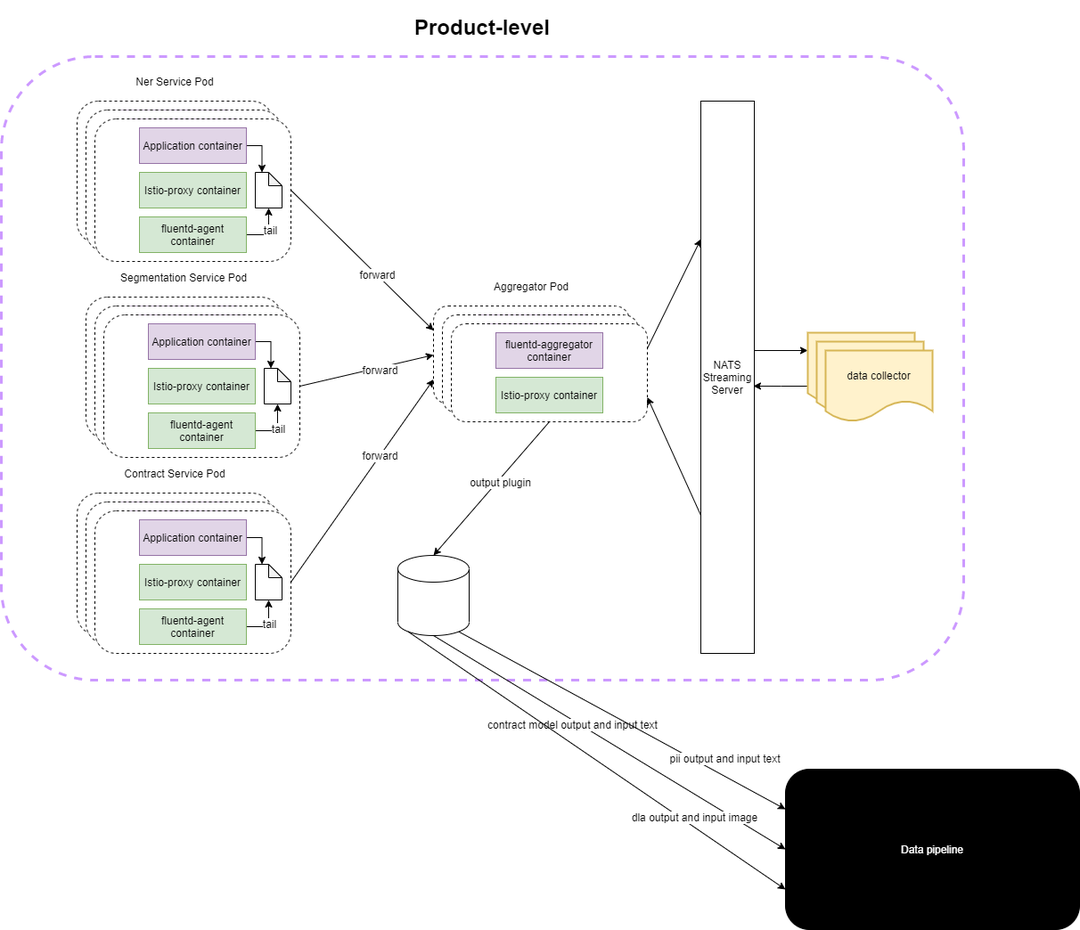
The draw.io diagram fluentd/docs/model-fluentd-collector.png in sean830314/model-data-collector, before a commit. Source tidied: cells renumbered, new cells last; positions are measured from the earlier drawing's top-left corner, leaving out a move shared by most shapes.
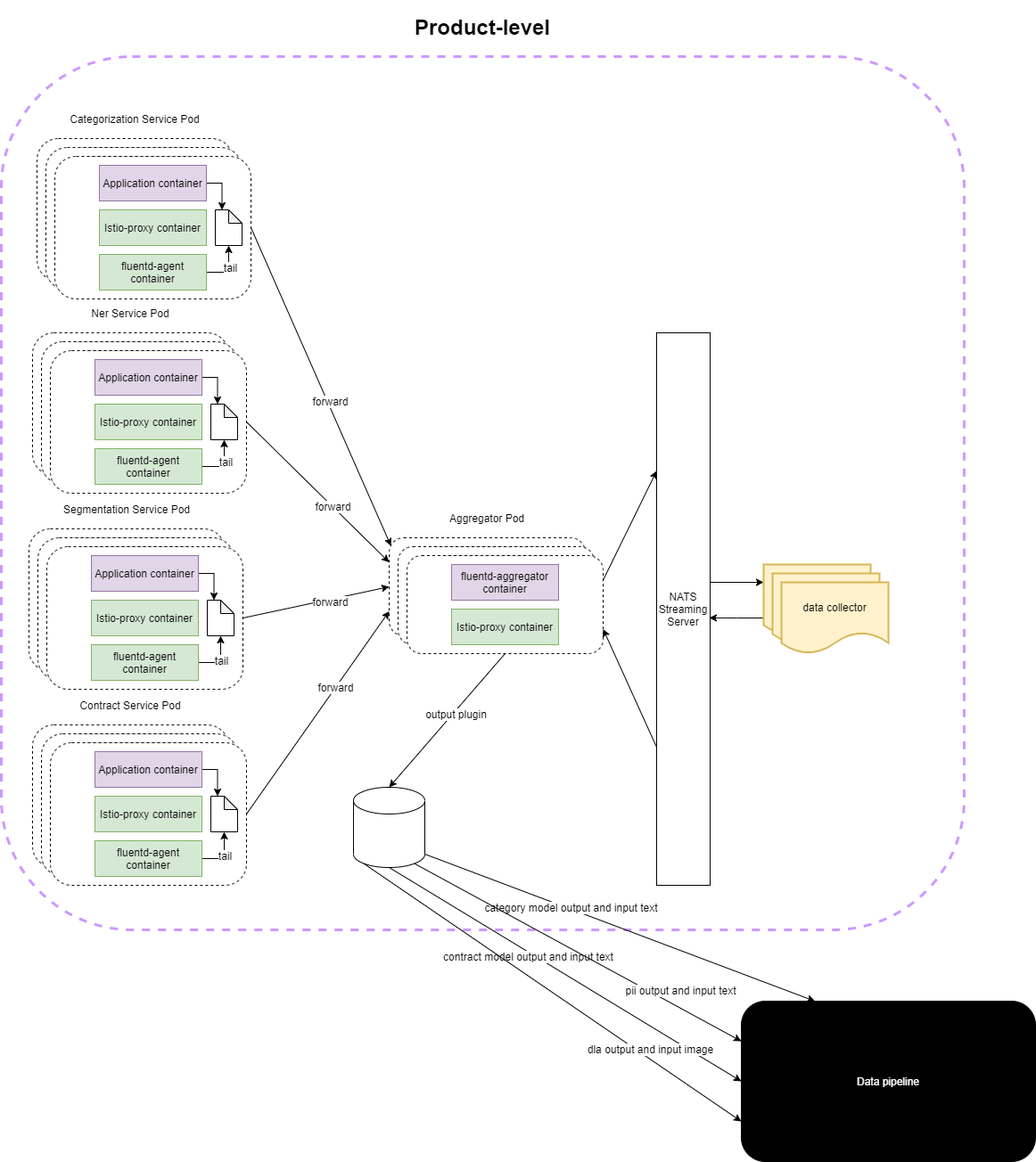
The same file after the commit.

Change to the diagram source:
```diff
@@ -4,13 +4,16 @@
     <mxCell id="1" parent="0" />
-    <mxCell id="2" style="group;" parent="1" vertex="1">
-      <mxGeometry width="1080" height="700" as="geometry" />
-    </mxCell>
+    <mxCell id="109" style="group;" parent="1" vertex="1">
+      <mxGeometry x="50" y="-260" width="1160" height="1240" as="geometry" />
+    </mxCell>
+    <mxCell id="108" value="&lt;font color=&quot;#ffffff&quot;&gt;Data pipeline&lt;/font&gt;" style="rounded=1;whiteSpace=wrap;html=1;fillColor=#000000;" parent="109" vertex="1">
+      <mxGeometry x="830" y="1060" width="330" height="180" as="geometry" />
+    </mxCell>
+    <mxCell id="110" style="group;" parent="109" vertex="1">
+      <mxGeometry width="1080" height="980" as="geometry" />
+    </mxCell>
-    <mxCell id="3" value="&lt;h1&gt;Product-level&lt;/h1&gt;" style="rounded=1;whiteSpace=wrap;html=1;dashed=1;strokeWidth=3;strokeColor=#CC99FF;labelPosition=center;verticalLabelPosition=top;align=center;verticalAlign=bottom;" parent="2" vertex="1">
-      <mxGeometry width="1080" height="700" as="geometry" />
+    <mxCell id="3" value="&lt;h1&gt;Product-level&lt;/h1&gt;" style="rounded=1;whiteSpace=wrap;html=1;dashed=1;strokeWidth=3;strokeColor=#CC99FF;labelPosition=center;verticalLabelPosition=top;align=center;verticalAlign=bottom;" parent="110" vertex="1">
+      <mxGeometry width="1080" height="980" as="geometry" />
     </mxCell>
-    <mxCell id="4" style="group;" parent="2" vertex="1">
-      <mxGeometry x="85" y="50" width="960" height="620" as="geometry" />
-    </mxCell>
-    <mxCell id="5" style="group;" parent="4" vertex="1">
-      <mxGeometry x="400" y="230" width="240" height="130" as="geometry" />
+    <mxCell id="5" style="group;" parent="110" vertex="1">
+      <mxGeometry x="435" y="540" width="240" height="130" as="geometry" />
     </mxCell>
@@ -61,4 +64,4 @@
     </mxCell>
-    <mxCell id="21" style="group;" parent="4" vertex="1">
-      <mxGeometry x="700" width="260" height="620" as="geometry" />
+    <mxCell id="21" style="group;" parent="110" vertex="1">
+      <mxGeometry x="735" y="310" width="260" height="620" as="geometry" />
     </mxCell>
@@ -87,7 +90,7 @@
     </mxCell>
-    <mxCell id="29" style="shape=cylinder3;whiteSpace=wrap;html=1;boundedLbl=1;backgroundOutline=1;size=15;" parent="4" vertex="1">
-      <mxGeometry x="360" y="510" width="80" height="90" as="geometry" />
+    <mxCell id="29" style="shape=cylinder3;whiteSpace=wrap;html=1;boundedLbl=1;backgroundOutline=1;size=15;" parent="110" vertex="1">
+      <mxGeometry x="395" y="820" width="80" height="90" as="geometry" />
     </mxCell>
-    <mxCell id="30" style="edgeStyle=none;rounded=0;jettySize=auto;html=1;exitX=0.5;exitY=1;exitDx=0;exitDy=0;entryX=0.5;entryY=0;entryDx=0;entryDy=0;entryPerimeter=0;" parent="4" edge="1" source="17" target="29">
-      <mxGeometry relative="1" as="geometry" />
+    <mxCell id="30" style="edgeStyle=none;rounded=0;jettySize=auto;html=1;exitX=0.5;exitY=1;exitDx=0;exitDy=0;entryX=0.5;entryY=0;entryDx=0;entryDy=0;entryPerimeter=0;" parent="110" edge="1" source="17" target="29">
+      <mxGeometry x="35" y="310" as="geometry" />
     </mxCell>
@@ -96,4 +99,4 @@
     </mxCell>
-    <mxCell id="32" style="group;" parent="4" vertex="1">
-      <mxGeometry width="260" height="620" as="geometry" />
+    <mxCell id="32" style="group;" parent="110" vertex="1">
+      <mxGeometry x="35" y="310" width="260" height="620" as="geometry" />
     </mxCell>
@@ -163,3 +166,3 @@
     <mxCell id="54" style="group;" parent="33" vertex="1">
-      <mxGeometry x="10" y="220" width="240" height="180" as="geometry" />
+      <mxGeometry x="-4" y="220" width="240" height="180" as="geometry" />
     </mxCell>
@@ -282,4 +285,4 @@
     </mxCell>
-    <mxCell id="94" style="edgeStyle=none;rounded=0;jettySize=auto;html=1;exitX=1;exitY=0.5;exitDx=0;exitDy=0;entryX=0;entryY=0.75;entryDx=0;entryDy=0;" parent="4" edge="1" source="46" target="7">
-      <mxGeometry relative="1" as="geometry" />
+    <mxCell id="94" style="edgeStyle=none;rounded=0;jettySize=auto;html=1;exitX=1;exitY=0.5;exitDx=0;exitDy=0;entryX=0;entryY=0.75;entryDx=0;entryDy=0;" parent="110" edge="1" source="46" target="7">
+      <mxGeometry x="35" y="310" as="geometry" />
     </mxCell>
@@ -288,4 +291,4 @@
     </mxCell>
-    <mxCell id="96" style="edgeStyle=none;rounded=0;jettySize=auto;html=1;exitX=1;exitY=0.5;exitDx=0;exitDy=0;entryX=0;entryY=0.5;entryDx=0;entryDy=0;" parent="4" edge="1" source="66" target="7">
-      <mxGeometry relative="1" as="geometry" />
+    <mxCell id="96" style="edgeStyle=none;rounded=0;jettySize=auto;html=1;exitX=1;exitY=0.5;exitDx=0;exitDy=0;entryX=0;entryY=0.5;entryDx=0;entryDy=0;" parent="110" edge="1" source="66" target="7">
+      <mxGeometry x="35" y="310" as="geometry" />
     </mxCell>
@@ -294,4 +297,4 @@
     </mxCell>
-    <mxCell id="98" style="rounded=0;jettySize=auto;html=1;exitX=1;exitY=0.5;exitDx=0;exitDy=0;entryX=0;entryY=0.25;entryDx=0;entryDy=0;" parent="4" edge="1" source="86" target="7">
-      <mxGeometry relative="1" as="geometry" />
+    <mxCell id="98" style="rounded=0;jettySize=auto;html=1;exitX=1;exitY=0.5;exitDx=0;exitDy=0;entryX=0;entryY=0.25;entryDx=0;entryDy=0;" parent="110" edge="1" source="86" target="7">
+      <mxGeometry x="35" y="310" as="geometry" />
     </mxCell>
@@ -302,9 +305,81 @@
     </mxCell>
-    <mxCell id="100" style="rounded=0;jettySize=auto;html=1;exitX=1;exitY=0.25;exitDx=0;exitDy=0;entryX=0;entryY=0.25;entryDx=0;entryDy=0;" parent="4" edge="1" source="17" target="22">
-      <mxGeometry relative="1" as="geometry" />
+    <mxCell id="100" style="rounded=0;jettySize=auto;html=1;exitX=1;exitY=0.25;exitDx=0;exitDy=0;entryX=0;entryY=0.25;entryDx=0;entryDy=0;" parent="110" edge="1" source="17" target="22">
+      <mxGeometry x="35" y="310" as="geometry" />
     </mxCell>
-    <mxCell id="101" style="edgeStyle=none;rounded=0;jettySize=auto;html=1;exitX=0;exitY=0.75;exitDx=0;exitDy=0;entryX=1;entryY=0.75;entryDx=0;entryDy=0;" parent="4" edge="1" source="22" target="17">
-      <mxGeometry relative="1" as="geometry" />
+    <mxCell id="101" style="edgeStyle=none;rounded=0;jettySize=auto;html=1;exitX=0;exitY=0.75;exitDx=0;exitDy=0;entryX=1;entryY=0.75;entryDx=0;entryDy=0;" parent="110" edge="1" source="22" target="17">
+      <mxGeometry x="35" y="310" as="geometry" />
     </mxCell>
+    <mxCell id="111" style="group;" parent="110" vertex="1">
+      <mxGeometry x="40" y="92" width="260" height="180" as="geometry" />
+    </mxCell>
+    <mxCell id="112" style="group;" parent="111" vertex="1">
+      <mxGeometry width="240" height="160" as="geometry" />
+    </mxCell>
+    <mxCell id="113" value="&lt;p&gt;Categorization&amp;nbsp;Service Pod&lt;/p&gt;" style="rounded=1;whiteSpace=wrap;html=1;dashed=1;align=center;labelPosition=center;verticalLabelPosition=top;verticalAlign=bottom;" parent="112" vertex="1">
+      <mxGeometry width="220" height="160" as="geometry" />
+    </mxCell>
+    <mxCell id="114" value="Application container" style="rounded=0;whiteSpace=wrap;html=1;fillColor=#e1d5e7;strokeColor=#9673a6;" parent="112" vertex="1">
+      <mxGeometry x="50" y="10" width="120" height="40" as="geometry" />
+    </mxCell>
+    <mxCell id="115" value="Istio-proxy container" style="rounded=0;whiteSpace=wrap;html=1;fillColor=#d5e8d4;strokeColor=#82b366;" parent="112" vertex="1">
+      <mxGeometry x="50" y="60" width="120" height="40" as="geometry" />
+    </mxCell>
+    <mxCell id="116" value="fluentd-agent container" style="rounded=0;whiteSpace=wrap;html=1;fillColor=#d5e8d4;strokeColor=#82b366;" parent="112" vertex="1">
+      <mxGeometry x="50" y="110" width="120" height="40" as="geometry" />
+    </mxCell>
+    <mxCell id="117" style="group;" parent="111" vertex="1">
+      <mxGeometry x="10" y="10" width="240" height="160" as="geometry" />
+    </mxCell>
+    <mxCell id="118" value="&lt;p&gt;&lt;br&gt;&lt;/p&gt;" style="rounded=1;whiteSpace=wrap;html=1;dashed=1;align=center;labelPosition=center;verticalLabelPosition=top;verticalAlign=bottom;" parent="117" vertex="1">
+      <mxGeometry width="220" height="160" as="geometry" />
+    </mxCell>
+    <mxCell id="119" value="Application container" style="rounded=0;whiteSpace=wrap;html=1;fillColor=#e1d5e7;strokeColor=#9673a6;" parent="117" vertex="1">
+      <mxGeometry x="50" y="10" width="120" height="40" as="geometry" />
+    </mxCell>
+    <mxCell id="120" value="Istio-proxy container" style="rounded=0;whiteSpace=wrap;html=1;fillColor=#d5e8d4;strokeColor=#82b366;" parent="117" vertex="1">
+      <mxGeometry x="50" y="60" width="120" height="40" as="geometry" />
+    </mxCell>
+    <mxCell id="121" value="fluentd-agent container" style="rounded=0;whiteSpace=wrap;html=1;fillColor=#d5e8d4;strokeColor=#82b366;" parent="117" vertex="1">
+      <mxGeometry x="50" y="110" width="120" height="40" as="geometry" />
+    </mxCell>
+    <mxCell id="122" style="group;" parent="111" vertex="1">
+      <mxGeometry x="20" y="20" width="240" height="160" as="geometry" />
+    </mxCell>
+    <mxCell id="123" value="&lt;p&gt;&lt;br&gt;&lt;/p&gt;" style="rounded=1;whiteSpace=wrap;html=1;dashed=1;align=center;labelPosition=center;verticalLabelPosition=top;verticalAlign=bottom;" parent="122" vertex="1">
+      <mxGeometry width="220" height="160" as="geometry" />
+    </mxCell>
+    <mxCell id="124" style="edgeStyle=orthogonalEdgeStyle;rounded=0;jettySize=auto;html=1;exitX=1;exitY=0.5;exitDx=0;exitDy=0;entryX=0;entryY=0;entryDx=7.5;entryDy=0;entryPerimeter=0;" parent="122" edge="1" source="125" target="130">
+      <mxGeometry relative="1" as="geometry" />
+    </mxCell>
+    <mxCell id="125" value="Application container" style="rounded=0;whiteSpace=wrap;html=1;fillColor=#e1d5e7;strokeColor=#9673a6;" parent="122" vertex="1">
+      <mxGeometry x="50" y="10" width="120" height="40" as="geometry" />
+    </mxCell>
+    <mxCell id="126" value="Istio-proxy container" style="rounded=0;whiteSpace=wrap;html=1;fillColor=#d5e8d4;strokeColor=#82b366;" parent="122" vertex="1">
+      <mxGeometry x="50" y="60" width="120" height="40" as="geometry" />
+    </mxCell>
+    <mxCell id="127" style="edgeStyle=orthogonalEdgeStyle;rounded=0;jettySize=auto;html=1;exitX=1;exitY=0.5;exitDx=0;exitDy=0;entryX=0.5;entryY=1;entryDx=0;entryDy=0;entryPerimeter=0;" parent="122" edge="1" source="129" target="130">
+      <mxGeometry relative="1" as="geometry" />
+    </mxCell>
+    <mxCell id="128" value="tail" style="edgeLabel;html=1;align=center;verticalAlign=middle;" parent="127" vertex="1">
+      <mxGeometry x="0.13" y="-1" relative="1" as="geometry" />
+    </mxCell>
+    <mxCell id="129" value="fluentd-agent container" style="rounded=0;whiteSpace=wrap;html=1;fillColor=#d5e8d4;strokeColor=#82b366;" parent="122" vertex="1">
+      <mxGeometry x="50" y="110" width="120" height="40" as="geometry" />
+    </mxCell>
+    <mxCell id="130" value="&lt;span style=&quot;color: rgba(0 , 0 , 0 , 0) ; font-family: monospace ; font-size: 0px&quot;&gt;%3CmxGraphModel%3E%3Croot%3E%3CmxCell%20id%3D%220%22%2F%3E%3CmxCell%20id%3D%221%22%20parent%3D%220%22%2F%3E%3CmxCell%20id%3D%222%22%20value%3D%22%22%20style%3D%22group%22%20vertex%3D%221%22%20connectable%3D%220%22%20parent%3D%221%22%3E%3CmxGeometry%20x%3D%22230%22%20y%3D%22140%22%20width%3D%22240%22%20height%3D%22160%22%20as%3D%22geometry%22%2F%3E%3C%2FmxCell%3E%3CmxCell%20id%3D%223%22%20value%3D%22%26lt%3Bp%26gt%3B%26lt%3Bbr%26gt%3B%26lt%3B%2Fp%26gt%3B%22%20style%3D%22rounded%3D1%3BwhiteSpace%3Dwrap%3Bhtml%3D1%3Bdashed%3D1%3Balign%3Dcenter%3BlabelPosition%3Dcenter%3BverticalLabelPosition%3Dtop%3BverticalAlign%3Dbottom%3B%22%20vertex%3D%221%22%20parent%3D%222%22%3E%3CmxGeometry%20width%3D%22220%22%20height%3D%22160%22%20as%3D%22geometry%22%2F%3E%3C%2FmxCell%3E%3CmxCell%20id%3D%224%22%20style%3D%22edgeStyle%3DorthogonalEdgeStyle%3Brounded%3D0%3BorthogonalLoop%3D1%3BjettySize%3Dauto%3Bhtml%3D1%3BexitX%3D1%3BexitY%3D0.5%3BexitDx%3D0%3BexitDy%3D0%3BentryX%3D0%3BentryY%3D0%3BentryDx%3D7.5%3BentryDy%3D0%3BentryPerimeter%3D0%3B%22%20edge%3D%221%22%20parent%3D%222%22%20source%3D%225%22%20target%3D%2210%22%3E%3CmxGeometry%20relative%3D%221%22%20as%3D%22geometry%22%2F%3E%3C%2FmxCell%3E%3CmxCell%20id%3D%225%22%20value%3D%22Application%20container%22%20style%3D%22rounded%3D0%3BwhiteSpace%3Dwrap%3Bhtml%3D1%3BfillColor%3D%23e1d5e7%3BstrokeColor%3D%239673a6%3B%22%20vertex%3D%221%22%20parent%3D%222%22%3E%3CmxGeometry%20x%3D%2250%22%20y%3D%2210%22%20width%3D%22120%22%20height%3D%2240%22%20as%3D%22geometry%22%2F%3E%3C%2FmxCell%3E%3CmxCell%20id%3D%226%22%20value%3D%22Istio-proxy%20container%22%20style%3D%22rounded%3D0%3BwhiteSpace%3Dwrap%3Bhtml%3D1%3BfillColor%3D%23d5e8d4%3BstrokeColor%3D%2382b366%3B%22%20vertex%3D%221%22%20parent%3D%222%22%3E%3CmxGeometry%20x%3D%2250%22%20y%3D%2260%22%20width%3D%22120%22%20height%3D%2240%22%20as%3D%22geometry%22%2F%3E%3C%2FmxCell%3E%3CmxCell%20id%3D%227%22%20style%3D%22edgeStyle%3DorthogonalEdgeStyle%3Brounded%3D0%3BorthogonalLoop%3D1%3BjettySize%3Dauto%3Bhtml%3D1%3BexitX%3D1%3BexitY%3D0.5%3BexitDx%3D0%3BexitDy%3D0%3BentryX%3D0.5%3BentryY%3D1%3BentryDx%3D0%3BentryDy%3D0%3BentryPerimeter%3D0%3B%22%20edge%3D%221%22%20parent%3D%222%22%20source%3D%229%22%20target%3D%2210%22%3E%3CmxGeometry%20relative%3D%221%22%20as%3D%22geometry%22%2F%3E%3C%2FmxCell%3E%3CmxCell%20id%3D%228%22%20value%3D%22tail%22%20style%3D%22edgeLabel%3Bhtml%3D1%3Balign%3Dcenter%3BverticalAlign%3Dmiddle%3Bresizable%3D0%3Bpoints%3D%5B%5D%3B%22%20vertex%3D%221%22%20connectable%3D%220%22%20parent%3D%227%22%3E%3CmxGeometry%20x%3D%220.1273%22%20y%3D%22-1%22%20relative%3D%221%22%20as%3D%22geometry%22%3E%3CmxPoint%20as%3D%22offset%22%2F%3E%3C%2FmxGeometry%3E%3C%2FmxCell%3E%3CmxCell%20id%3D%229%22%20value%3D%22fluentd-agent%20container%22%20style%3D%22rounded%3D0%3BwhiteSpace%3Dwrap%3Bhtml%3D1%3BfillColor%3D%23d5e8d4%3BstrokeColor%3D%2382b366%3B%22%20vertex%3D%221%22%20parent%3D%222%22%3E%3CmxGeometry%20x%3D%2250%22%20y%3D%22110%22%20width%3D%22120%22%20height%3D%2240%22%20as%3D%22geometry%22%2F%3E%3C%2FmxCell%3E%3CmxCell%20id%3D%2210%22%20value%3D%22%22%20style%3D%22shape%3Dnote%3BwhiteSpace%3Dwrap%3Bhtml%3D1%3BbackgroundOutline%3D1%3BdarkOpacity%3D0.05%3Bsize%3D15%3B%22%20vertex%3D%221%22%20parent%3D%222%22%3E%3CmxGeometry%20x%3D%22180%22%20y%3D%2260%22%20width%3D%2230%22%20height%3D%2240%22%20as%3D%22geometry%22%2F%3E%3C%2FmxCell%3E%3C%2Froot%3E%3C%2FmxGraphModel%3E&lt;/span&gt;" style="shape=note;whiteSpace=wrap;html=1;backgroundOutline=1;darkOpacity=0.05;size=15;" parent="122" vertex="1">
+      <mxGeometry x="180" y="60" width="30" height="40" as="geometry" />
+    </mxCell>
+    <mxCell id="131" style="rounded=0;jettySize=auto;html=1;exitX=1;exitY=0.5;exitDx=0;exitDy=0;entryX=0.009;entryY=0.082;entryDx=0;entryDy=0;entryPerimeter=0;" parent="110" edge="1" source="123" target="7">
+      <mxGeometry relative="1" as="geometry" />
+    </mxCell>
+    <mxCell id="132" value="forward" style="edgeLabel;html=1;align=center;verticalAlign=middle;" parent="131" vertex="1">
+      <mxGeometry x="0.1" y="3" relative="1" as="geometry" />
+    </mxCell>
+    <mxCell id="133" style="edgeStyle=none;rounded=0;jettySize=auto;html=1;exitX=1;exitY=1;exitDx=0;exitDy=-15;exitPerimeter=0;entryX=0.25;entryY=0;entryDx=0;entryDy=0;" parent="109" edge="1" source="29" target="108">
+      <mxGeometry relative="1" as="geometry" />
+    </mxCell>
+    <mxCell id="134" value="category model output and input text" style="edgeLabel;html=1;align=center;verticalAlign=middle;" parent="133" vertex="1">
+      <mxGeometry x="-0.26" y="2" relative="1" as="geometry" />
+    </mxCell>
-    <mxCell id="102" style="edgeStyle=none;rounded=0;jettySize=auto;html=1;exitX=0.5;exitY=1;exitDx=0;exitDy=0;exitPerimeter=0;entryX=0;entryY=0.5;entryDx=0;entryDy=0;" parent="1" edge="1" source="29" target="108">
+    <mxCell id="102" style="edgeStyle=none;rounded=0;jettySize=auto;html=1;exitX=0.5;exitY=1;exitDx=0;exitDy=0;exitPerimeter=0;entryX=0;entryY=0.5;entryDx=0;entryDy=0;" parent="109" edge="1" source="29" target="108">
       <mxGeometry relative="1" as="geometry" />
@@ -316,3 +391,3 @@
     </mxCell>
-    <mxCell id="104" style="edgeStyle=none;rounded=0;jettySize=auto;html=1;entryX=0;entryY=0.75;entryDx=0;entryDy=0;exitX=0.145;exitY=1;exitDx=0;exitDy=-4.35;exitPerimeter=0;" parent="1" edge="1" source="29" target="108">
+    <mxCell id="104" style="edgeStyle=none;rounded=0;jettySize=auto;html=1;entryX=0;entryY=0.75;entryDx=0;entryDy=0;exitX=0.145;exitY=1;exitDx=0;exitDy=-4.35;exitPerimeter=0;" parent="109" edge="1" source="29" target="108">
       <mxGeometry relative="1" as="geometry" />
@@ -324,3 +399,3 @@
     </mxCell>
-    <mxCell id="106" style="edgeStyle=none;rounded=0;jettySize=auto;html=1;exitX=0.855;exitY=1;exitDx=0;exitDy=-4.35;exitPerimeter=0;entryX=0;entryY=0.25;entryDx=0;entryDy=0;" parent="1" edge="1" source="29" target="108">
+    <mxCell id="106" style="edgeStyle=none;rounded=0;jettySize=auto;html=1;exitX=0.855;exitY=1;exitDx=0;exitDy=-4.35;exitPerimeter=0;entryX=0;entryY=0.25;entryDx=0;entryDy=0;" parent="109" edge="1" source="29" target="108">
       <mxGeometry relative="1" as="geometry" />
@@ -332,5 +407,2 @@
     </mxCell>
-    <mxCell id="108" value="&lt;font color=&quot;#ffffff&quot;&gt;Data pipeline&lt;/font&gt;" style="rounded=1;whiteSpace=wrap;html=1;fillColor=#000000;" parent="1" vertex="1">
-      <mxGeometry x="880" y="800" width="330" height="180" as="geometry" />
-    </mxCell>
   </root>
```
